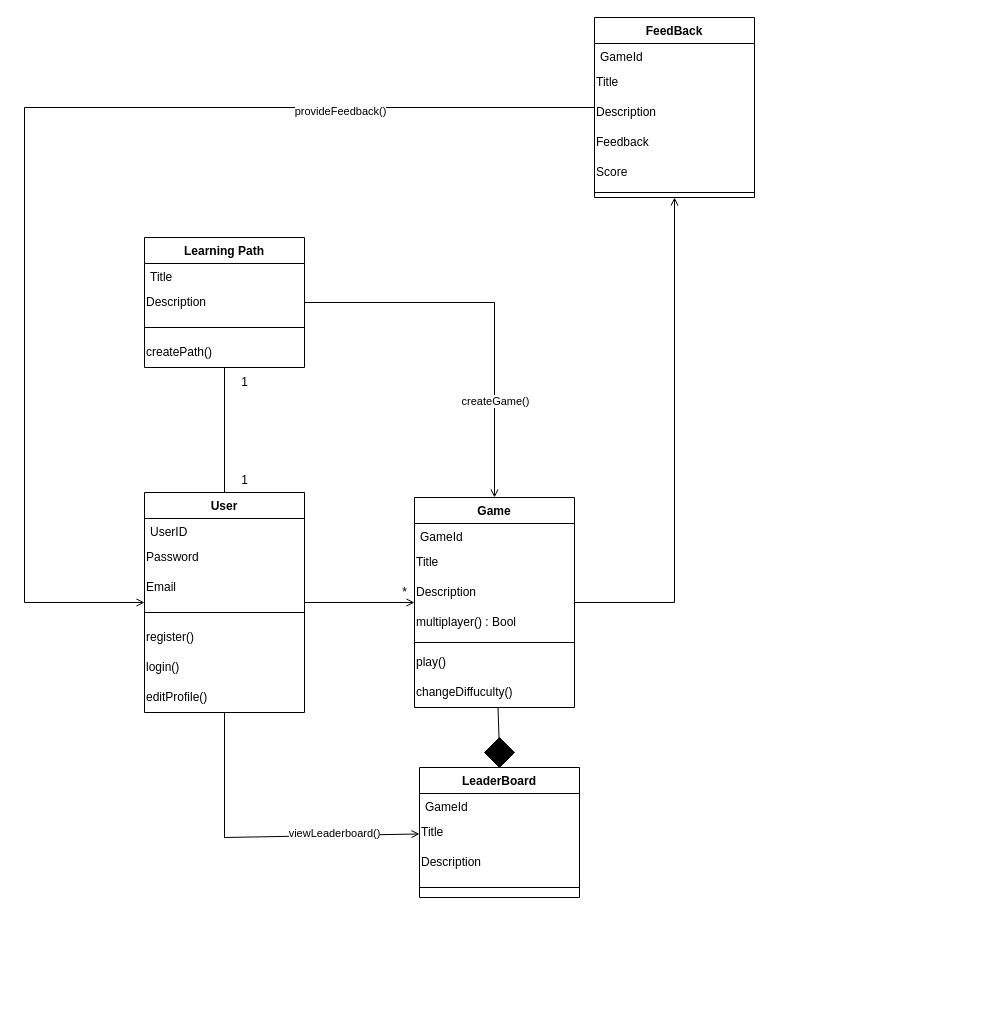
The draw.io diagram System Design.drawio in sirfan123/1530, before the edit. Source tidied: cells renumbered, new cells numbered last; positions are measured from the earlier drawing's top-left corner, leaving out a move shared by most shapes. Both pictures are drawn from the tidied source at 100%, with x=0, y=0 at pixel (24, 17).
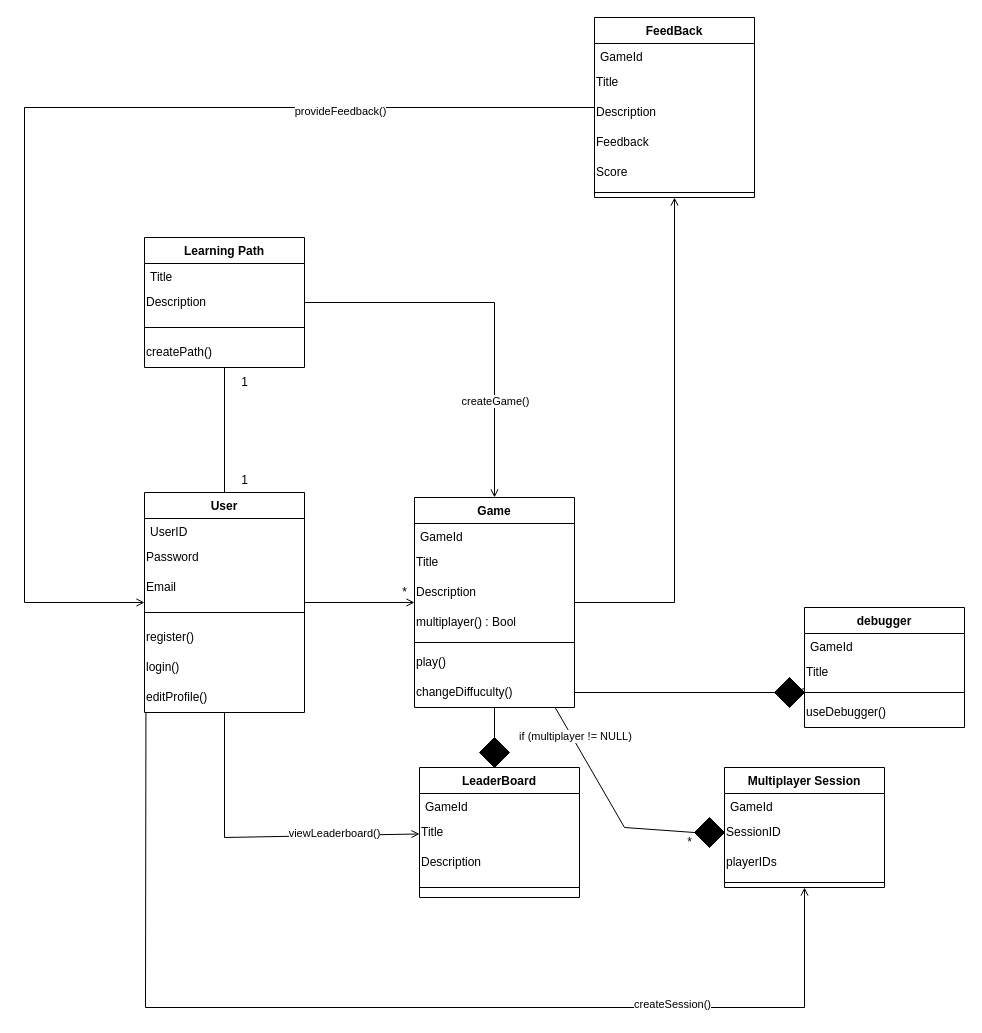
After the change.

The change refers to these unchanged cells:
```xml
<mxCell id="9" value="editProfile()" style="text;html=1;align=left;verticalAlign=middle;points=[];strokeColor=none;fillColor=none;" parent="2" vertex="1">
  <mxGeometry y="190" width="160" height="30" as="geometry" />
</mxCell>
<mxCell id="10" value="Game" style="swimlane;fontStyle=1;align=center;verticalAlign=top;horizontal=1;startSize=26;whiteSpace=wrap;html=1;" parent="1" vertex="1">
  <mxGeometry x="390" y="480" width="160" height="210" as="geometry" />
</mxCell>
<mxCell id="17" value="changeDiffuculty()" style="text;html=1;align=left;verticalAlign=middle;points=[];strokeColor=none;fillColor=none;" parent="10" vertex="1">
  <mxGeometry y="180" width="160" height="30" as="geometry" />
</mxCell>
```

The edit, as a diff of the source:
```diff
@@
     <mxCell id="27" style="rhombus;whiteSpace=wrap;html=1;fillColor=#000000;" parent="1" vertex="1">
-      <mxGeometry x="460" y="720" width="30" height="30" as="geometry" />
+      <mxGeometry x="455" y="720" width="30" height="30" as="geometry" />
     </mxCell>
@@
+    <mxCell id="50" style="endArrow=none;html=1;rounded=0;" parent="1" edge="1" source="57" target="17">
+      <mxGeometry relative="1" as="geometry" />
+    </mxCell>
+    <mxCell id="51" value="debugger" style="swimlane;fontStyle=1;align=center;verticalAlign=top;horizontal=1;startSize=26;whiteSpace=wrap;html=1;" parent="1" vertex="1">
+      <mxGeometry x="780" y="590" width="160" height="120" as="geometry" />
+    </mxCell>
+    <mxCell id="52" value="GameId" style="text;strokeColor=none;fillColor=none;align=left;verticalAlign=top;spacingLeft=4;spacingRight=4;overflow=hidden;whiteSpace=wrap;html=1;" parent="51" vertex="1">
+      <mxGeometry y="26" width="160" height="24" as="geometry" />
+    </mxCell>
+    <mxCell id="53" value="Title" style="text;html=1;align=left;verticalAlign=middle;strokeColor=none;fillColor=none;" parent="51" vertex="1">
+      <mxGeometry y="50" width="160" height="30" as="geometry" />
+    </mxCell>
+    <mxCell id="54" style="line;strokeWidth=1;fillColor=none;align=left;verticalAlign=middle;spacingTop=-1;spacingLeft=3;spacingRight=3;labelPosition=right;strokeColor=inherit;" parent="51" vertex="1">
+      <mxGeometry y="80" width="160" height="10" as="geometry" />
+    </mxCell>
+    <mxCell id="55" value="useDebugger()" style="text;html=1;align=left;verticalAlign=middle;strokeColor=none;fillColor=none;" parent="51" vertex="1">
+      <mxGeometry y="90" width="160" height="30" as="geometry" />
+    </mxCell>
+    <mxCell id="56" style="endArrow=none;html=1;rounded=0;" parent="1" edge="1" source="51" target="57">
+      <mxGeometry relative="1" as="geometry" />
+    </mxCell>
+    <mxCell id="57" style="rhombus;whiteSpace=wrap;html=1;fillColor=#000000;" parent="1" vertex="1">
+      <mxGeometry x="750" y="660" width="30" height="30" as="geometry" />
+    </mxCell>
+    <mxCell id="58" value="Multiplayer Session" style="swimlane;fontStyle=1;align=center;verticalAlign=top;horizontal=1;startSize=26;whiteSpace=wrap;html=1;" parent="1" vertex="1">
+      <mxGeometry x="700" y="750" width="160" height="120" as="geometry" />
+    </mxCell>
+    <mxCell id="59" value="GameId" style="text;strokeColor=none;fillColor=none;align=left;verticalAlign=top;spacingLeft=4;spacingRight=4;overflow=hidden;whiteSpace=wrap;html=1;" parent="58" vertex="1">
+      <mxGeometry y="26" width="160" height="24" as="geometry" />
+    </mxCell>
+    <mxCell id="60" value="SessionID" style="text;html=1;align=left;verticalAlign=middle;strokeColor=none;fillColor=none;" parent="58" vertex="1">
+      <mxGeometry y="50" width="160" height="30" as="geometry" />
+    </mxCell>
+    <mxCell id="61" value="playerIDs" style="text;html=1;align=left;verticalAlign=middle;strokeColor=none;fillColor=none;" parent="58" vertex="1">
+      <mxGeometry y="80" width="160" height="30" as="geometry" />
+    </mxCell>
+    <mxCell id="62" style="line;strokeWidth=1;fillColor=none;align=left;verticalAlign=middle;spacingTop=-1;spacingLeft=3;spacingRight=3;labelPosition=right;strokeColor=inherit;" parent="58" vertex="1">
+      <mxGeometry y="110" width="160" height="10" as="geometry" />
+    </mxCell>
+    <mxCell id="63" style="endArrow=none;html=1;rounded=0;endFill=0;entryX=0;entryY=0.5;entryDx=0;entryDy=0;" parent="1" edge="1" source="10" target="65">
+      <mxGeometry relative="1" as="geometry">
+        <Array as="points">
+          <mxPoint x="600" y="810" />
+        </Array>
+      </mxGeometry>
+    </mxCell>
+    <mxCell id="64" value="if (multiplayer != NULL)" style="edgeLabel;html=1;align=center;verticalAlign=middle;" parent="63" vertex="1">
+      <mxGeometry x="-0.66" y="3" relative="1" as="geometry" />
+    </mxCell>
+    <mxCell id="65" style="rhombus;whiteSpace=wrap;html=1;fillColor=#000000;" parent="1" vertex="1">
+      <mxGeometry x="670" y="800" width="30" height="30" as="geometry" />
+    </mxCell>
+    <mxCell id="66" value="*" style="text;html=1;align=center;verticalAlign=middle;strokeColor=none;fillColor=none;" parent="1" vertex="1">
+      <mxGeometry x="650" y="810" width="30" height="30" as="geometry" />
+    </mxCell>
+    <mxCell id="67" style="endArrow=open;html=1;rounded=0;exitX=0.009;exitY=0.98;exitDx=0;exitDy=0;exitPerimeter=0;endFill=0;" parent="1" edge="1" source="9" target="58">
+      <mxGeometry relative="1" as="geometry">
+        <Array as="points">
+          <mxPoint x="121" y="990" />
+          <mxPoint x="780" y="990" />
+        </Array>
+      </mxGeometry>
+    </mxCell>
+    <mxCell id="68" value="createSession()" style="edgeLabel;html=1;align=center;verticalAlign=middle;" parent="67" vertex="1">
+      <mxGeometry x="0.53" y="4" relative="1" as="geometry" />
+    </mxCell>
```
